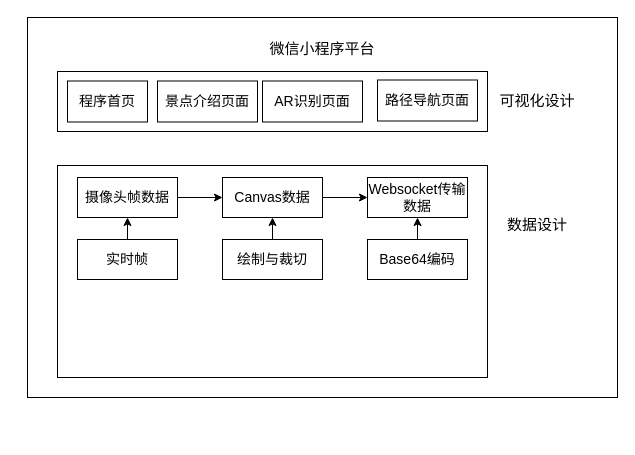
Before: page "微信小程序端架构图" (1 of 15) of Untitled Diagram.drawio in lz-tc/lz-tc.github.io, a draw.io diagram. Source tidied: cells renumbered, new cells numbered last; positions are measured from the earlier drawing's top-left corner, leaving out a move shared by most shapes. Both pictures are drawn from the tidied source at 100%, with x=0, y=0 at pixel (27, 17).
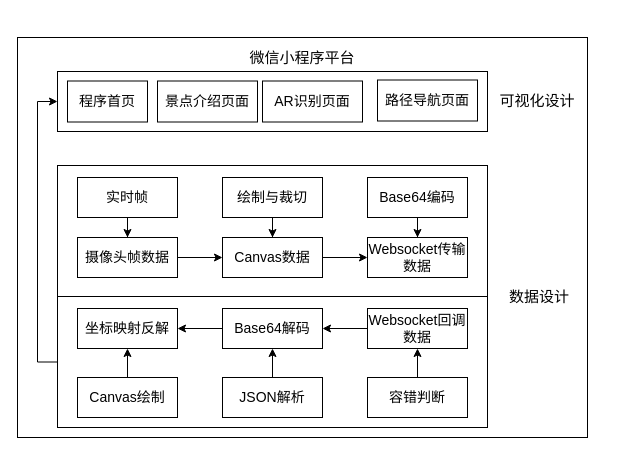
The same page after the edit.

Unchanged cells that the change refers to:
```xml
<mxCell id="3" style="rounded=0;whiteSpace=wrap;html=1;fontSize=15;" parent="1" vertex="1">
  <mxGeometry x="30" y="54" width="430" height="60" as="geometry" />
</mxCell>
```

Diff of the diagram source:
```diff
@@
-    <mxCell id="2" value="&lt;font face=&quot;songti&quot;&gt;&lt;span style=&quot;font-size: 15px&quot;&gt;微信小程序平台&lt;/span&gt;&lt;br&gt;&lt;br&gt;&lt;br&gt;&lt;br&gt;&lt;br&gt;&lt;br&gt;&lt;br&gt;&lt;br&gt;&lt;br&gt;&lt;br&gt;&lt;br&gt;&lt;br&gt;&lt;br&gt;&lt;br&gt;&lt;br&gt;&lt;br&gt;&lt;br&gt;&lt;br&gt;&lt;br&gt;&lt;br&gt;&lt;br&gt;&lt;br&gt;&lt;br&gt;&lt;/font&gt;" style="rounded=0;whiteSpace=wrap;html=1;" parent="1" vertex="1">
-      <mxGeometry width="590" height="380" as="geometry" />
+    <mxCell id="2" value="&lt;font face=&quot;songti&quot;&gt;&lt;span style=&quot;font-size: 15px&quot;&gt;微信小程序平台&lt;/span&gt;&lt;br&gt;&lt;br&gt;&lt;br&gt;&lt;br&gt;&lt;br&gt;&lt;br&gt;&lt;br&gt;&lt;br&gt;&lt;br&gt;&lt;br&gt;&lt;br&gt;&lt;br&gt;&lt;br&gt;&lt;br&gt;&lt;br&gt;&lt;br&gt;&lt;br&gt;&lt;br&gt;&lt;br&gt;&lt;br&gt;&lt;br&gt;&lt;br&gt;&lt;br&gt;&lt;br&gt;&lt;br&gt;&lt;br&gt;&lt;/font&gt;" style="rounded=0;whiteSpace=wrap;html=1;" parent="1" vertex="1">
+      <mxGeometry x="-10" y="20" width="570" height="400" as="geometry" />
     </mxCell>
@@
+    <mxCell id="22" style="edgeStyle=orthogonalEdgeStyle;rounded=0;jettySize=auto;html=1;exitX=0;exitY=0.75;exitDx=0;exitDy=0;entryX=0;entryY=0.5;entryDx=0;entryDy=0;fontFamily=songti;fontSize=14;" parent="1" edge="1" source="5" target="3">
+      <mxGeometry relative="1" as="geometry" />
+    </mxCell>
     <mxCell id="5" style="rounded=0;whiteSpace=wrap;html=1;fontSize=15;" parent="1" vertex="1">
-      <mxGeometry x="30" y="148" width="430" height="212" as="geometry" />
+      <mxGeometry x="30" y="148" width="430" height="262" as="geometry" />
     </mxCell>
     <mxCell id="6" value="数据设计" style="text;html=1;strokeColor=none;fillColor=none;align=center;verticalAlign=middle;whiteSpace=wrap;rounded=0;fontSize=15;" parent="1" vertex="1">
-      <mxGeometry x="460" y="192" width="100" height="30" as="geometry" />
+      <mxGeometry x="472" y="264" width="80" height="30" as="geometry" />
     </mxCell>
@@
     <mxCell id="12" value="摄像头帧数据" style="rounded=0;whiteSpace=wrap;html=1;fontFamily=songti;fontSize=14;" parent="1" vertex="1">
-      <mxGeometry x="50" y="160" width="100" height="40" as="geometry" />
+      <mxGeometry x="50" y="220" width="100" height="40" as="geometry" />
     </mxCell>
@@
     <mxCell id="14" value="Canvas数据" style="rounded=0;whiteSpace=wrap;html=1;fontFamily=songti;fontSize=14;" parent="1" vertex="1">
-      <mxGeometry x="195" y="160" width="100" height="40" as="geometry" />
+      <mxGeometry x="195" y="220" width="100" height="40" as="geometry" />
     </mxCell>
     <mxCell id="15" value="Websocket传输数据" style="rounded=0;whiteSpace=wrap;html=1;fontFamily=songti;fontSize=14;" parent="1" vertex="1">
-      <mxGeometry x="340" y="160" width="100" height="40" as="geometry" />
+      <mxGeometry x="340" y="220" width="100" height="40" as="geometry" />
     </mxCell>
-    <mxCell id="16" style="edgeStyle=orthogonalEdgeStyle;rounded=0;jettySize=auto;html=1;entryX=0.5;entryY=1;entryDx=0;entryDy=0;fontFamily=songti;fontSize=14;" parent="1" edge="1" source="17" target="12">
+    <mxCell id="16" style="edgeStyle=orthogonalEdgeStyle;rounded=0;jettySize=auto;html=1;entryX=0.5;entryY=0;entryDx=0;entryDy=0;fontFamily=songti;fontSize=14;" parent="1" edge="1" source="17" target="12">
       <mxGeometry relative="1" as="geometry" />
     </mxCell>
     <mxCell id="17" value="实时帧" style="rounded=0;whiteSpace=wrap;html=1;fontFamily=songti;fontSize=14;" parent="1" vertex="1">
-      <mxGeometry x="50" y="222" width="100" height="40" as="geometry" />
+      <mxGeometry x="50" y="160" width="100" height="40" as="geometry" />
     </mxCell>
-    <mxCell id="18" style="edgeStyle=orthogonalEdgeStyle;rounded=0;jettySize=auto;html=1;exitX=0.5;exitY=0;exitDx=0;exitDy=0;entryX=0.5;entryY=1;entryDx=0;entryDy=0;fontFamily=songti;fontSize=14;" parent="1" edge="1" source="19" target="14">
+    <mxCell id="18" style="edgeStyle=orthogonalEdgeStyle;rounded=0;jettySize=auto;html=1;fontFamily=songti;fontSize=14;" parent="1" edge="1" source="19" target="14">
       <mxGeometry relative="1" as="geometry" />
     </mxCell>
     <mxCell id="19" value="绘制与裁切" style="rounded=0;whiteSpace=wrap;html=1;fontFamily=songti;fontSize=14;" parent="1" vertex="1">
-      <mxGeometry x="195" y="222" width="100" height="40" as="geometry" />
+      <mxGeometry x="195" y="160" width="100" height="40" as="geometry" />
     </mxCell>
-    <mxCell id="20" style="edgeStyle=orthogonalEdgeStyle;rounded=0;jettySize=auto;html=1;exitX=0.5;exitY=0;exitDx=0;exitDy=0;entryX=0.5;entryY=1;entryDx=0;entryDy=0;fontFamily=songti;fontSize=14;" parent="1" edge="1" source="21" target="15">
+    <mxCell id="20" style="edgeStyle=orthogonalEdgeStyle;rounded=0;jettySize=auto;html=1;entryX=0.5;entryY=0;entryDx=0;entryDy=0;fontFamily=songti;fontSize=14;" parent="1" edge="1" source="21" target="15">
       <mxGeometry relative="1" as="geometry" />
     </mxCell>
     <mxCell id="21" value="Base64编码" style="rounded=0;whiteSpace=wrap;html=1;fontFamily=songti;fontSize=14;" parent="1" vertex="1">
-      <mxGeometry x="340" y="222" width="100" height="40" as="geometry" />
+      <mxGeometry x="340" y="160" width="100" height="40" as="geometry" />
     </mxCell>
+    <mxCell id="23" style="edgeStyle=orthogonalEdgeStyle;rounded=0;jettySize=auto;html=1;exitX=0;exitY=0.5;exitDx=0;exitDy=0;entryX=1;entryY=0.5;entryDx=0;entryDy=0;fontFamily=songti;fontSize=14;" parent="1" edge="1" source="24" target="26">
+      <mxGeometry relative="1" as="geometry" />
+    </mxCell>
+    <mxCell id="24" value="Websocket回调数据" style="rounded=0;whiteSpace=wrap;html=1;fontFamily=songti;fontSize=14;" parent="1" vertex="1">
+      <mxGeometry x="340" y="291" width="100" height="40" as="geometry" />
+    </mxCell>
+    <mxCell id="25" style="edgeStyle=orthogonalEdgeStyle;rounded=0;jettySize=auto;html=1;exitX=0;exitY=0.5;exitDx=0;exitDy=0;entryX=1;entryY=0.5;entryDx=0;entryDy=0;fontFamily=songti;fontSize=14;" parent="1" edge="1" source="26" target="27">
+      <mxGeometry relative="1" as="geometry" />
+    </mxCell>
+    <mxCell id="26" value="Base64解码" style="rounded=0;whiteSpace=wrap;html=1;fontFamily=songti;fontSize=14;" parent="1" vertex="1">
+      <mxGeometry x="195" y="291" width="100" height="40" as="geometry" />
+    </mxCell>
+    <mxCell id="27" value="坐标映射反解" style="rounded=0;whiteSpace=wrap;html=1;fontFamily=songti;fontSize=14;" parent="1" vertex="1">
+      <mxGeometry x="50" y="291" width="100" height="40" as="geometry" />
+    </mxCell>
+    <mxCell id="28" style="edgeStyle=orthogonalEdgeStyle;rounded=0;jettySize=auto;html=1;entryX=0.5;entryY=1;entryDx=0;entryDy=0;fontFamily=songti;fontSize=14;" parent="1" edge="1" source="29" target="27">
+      <mxGeometry relative="1" as="geometry" />
+    </mxCell>
+    <mxCell id="29" value="Canvas绘制" style="rounded=0;whiteSpace=wrap;html=1;fontFamily=songti;fontSize=14;" parent="1" vertex="1">
+      <mxGeometry x="50" y="360" width="100" height="40" as="geometry" />
+    </mxCell>
+    <mxCell id="30" style="edgeStyle=orthogonalEdgeStyle;rounded=0;jettySize=auto;html=1;entryX=0.5;entryY=1;entryDx=0;entryDy=0;fontFamily=songti;fontSize=14;" parent="1" edge="1" source="31" target="26">
+      <mxGeometry relative="1" as="geometry" />
+    </mxCell>
+    <mxCell id="31" value="JSON解析" style="rounded=0;whiteSpace=wrap;html=1;fontFamily=songti;fontSize=14;" parent="1" vertex="1">
+      <mxGeometry x="195" y="360" width="100" height="40" as="geometry" />
+    </mxCell>
+    <mxCell id="32" style="edgeStyle=orthogonalEdgeStyle;rounded=0;jettySize=auto;html=1;entryX=0.5;entryY=1;entryDx=0;entryDy=0;fontFamily=songti;fontSize=14;" parent="1" edge="1" source="33" target="24">
+      <mxGeometry relative="1" as="geometry" />
+    </mxCell>
+    <mxCell id="33" value="容错判断" style="rounded=0;whiteSpace=wrap;html=1;fontFamily=songti;fontSize=14;" parent="1" vertex="1">
+      <mxGeometry x="340" y="360" width="100" height="40" as="geometry" />
+    </mxCell>
+    <mxCell id="34" style="endArrow=none;html=1;rounded=0;fontFamily=songti;fontSize=14;edgeStyle=orthogonalEdgeStyle;entryX=0;entryY=0.5;entryDx=0;entryDy=0;exitX=1;exitY=0.5;exitDx=0;exitDy=0;" parent="1" edge="1" source="5" target="5">
+      <mxGeometry relative="1" as="geometry" />
+    </mxCell>
```
